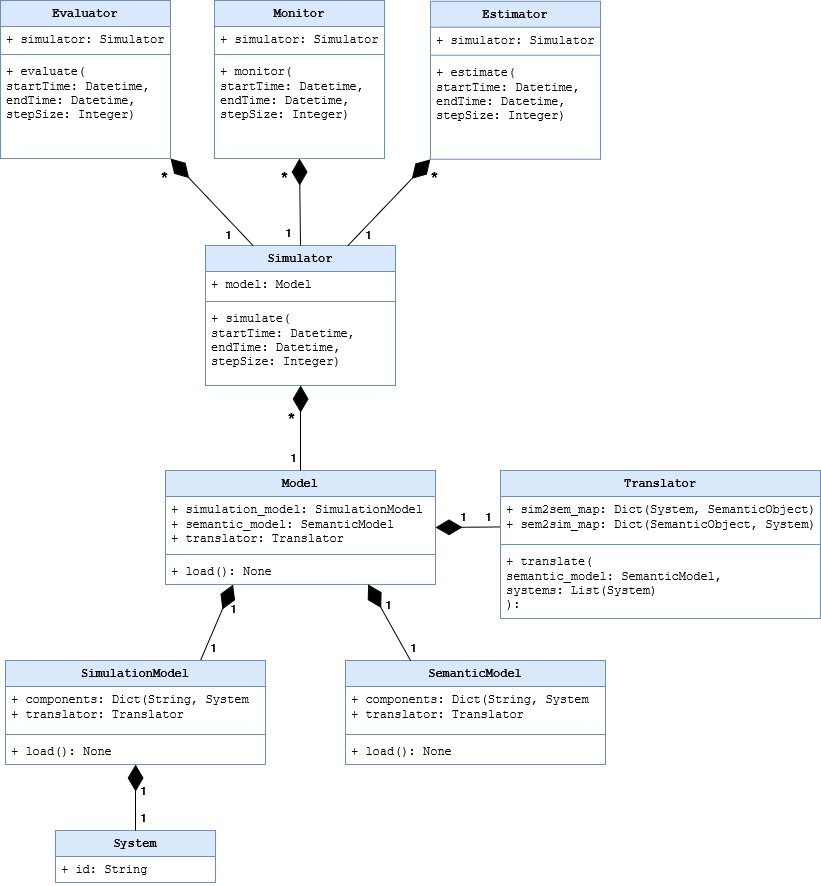
Before: Twin4Build_UML_diagram.drawio.png, a diagram exported from draw.io (JBjoernskov/Twin4Build). Source tidied: cells renumbered, new cells last; positions are measured from the earlier drawing's top-left corner, leaving out a move shared by most shapes.
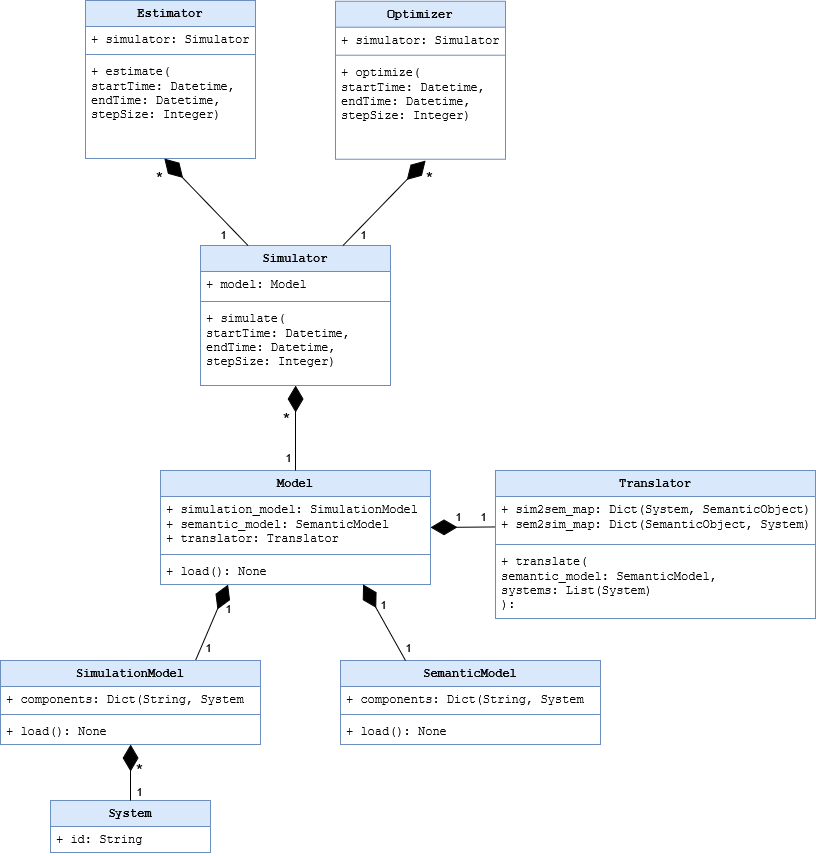
Above is the later version.

Commit message:
Update UML diagram

The edit, as a diff of the source:
```diff
@@ -17,20 +17,8 @@
     <mxCell id="6" style="endArrow=diamondThin;endFill=1;endSize=24;html=1;rounded=0;exitX=0.75;exitY=0;exitDx=0;exitDy=0;entryX=0.25;entryY=1;entryDx=0;entryDy=0;fontFamily=Courier New;" parent="1" edge="1" source="50" target="2">
       <mxGeometry relative="1" as="geometry" />
     </mxCell>
-    <mxCell id="7" value="Monitor" style="swimlane;fontStyle=1;align=center;verticalAlign=top;horizontal=1;startSize=26;whiteSpace=wrap;html=1;fillColor=#dae8fc;strokeColor=#6c8ebf;fontFamily=Courier New;" parent="1" vertex="1">
-      <mxGeometry x="214" width="170" height="158" as="geometry" />
-    </mxCell>
-    <mxCell id="8" value="&lt;div&gt;+ simulator: Simulator&lt;br&gt;&lt;/div&gt;" style="text;strokeColor=none;fillColor=none;align=left;verticalAlign=top;spacingLeft=4;spacingRight=4;overflow=hidden;whiteSpace=wrap;html=1;fontFamily=Courier New;" parent="7" vertex="1">
-      <mxGeometry y="26" width="170" height="24" as="geometry" />
-    </mxCell>
-    <mxCell id="9" style="line;strokeWidth=1;fillColor=none;align=left;verticalAlign=middle;spacingTop=-1;spacingLeft=3;spacingRight=3;labelPosition=right;strokeColor=inherit;fontFamily=Courier New;" parent="7" vertex="1">
-      <mxGeometry y="50" width="170" height="8" as="geometry" />
-    </mxCell>
-    <mxCell id="10" value="&lt;div&gt;+ monitor(&lt;/div&gt;&lt;div&gt;startTime: Datetime, endTime: Datetime,&lt;/div&gt;&lt;div&gt;stepSize:&amp;nbsp;Integer)&lt;br&gt;&lt;/div&gt;&lt;div&gt;&lt;br&gt; &lt;/div&gt;" style="text;strokeColor=none;fillColor=none;align=left;verticalAlign=top;spacingLeft=4;spacingRight=4;overflow=hidden;whiteSpace=wrap;html=1;fontFamily=Courier New;" parent="7" vertex="1">
-      <mxGeometry y="58" width="170" height="100" as="geometry" />
-    </mxCell>
-    <mxCell id="11" value="&lt;div&gt;Estimator&lt;/div&gt;" style="swimlane;fontStyle=1;align=center;verticalAlign=top;horizontal=1;startSize=26;whiteSpace=wrap;html=1;fillColor=#dae8fc;strokeColor=#6c8ebf;fontFamily=Courier New;" parent="1" vertex="1">
-      <mxGeometry x="430" y="0.7" width="170" height="158" as="geometry" />
+    <mxCell id="11" value="Optimizer" style="swimlane;fontStyle=1;align=center;verticalAlign=top;horizontal=1;startSize=26;whiteSpace=wrap;html=1;fillColor=#dae8fc;strokeColor=#6c8ebf;fontFamily=Courier New;" parent="1" vertex="1">
+      <mxGeometry x="340" y="0.7" width="170" height="158" as="geometry" />
     </mxCell>
     <mxCell id="12" value="&lt;div&gt;+ simulator: Simulator&lt;br&gt;&lt;/div&gt;" style="text;strokeColor=none;fillColor=none;align=left;verticalAlign=top;spacingLeft=4;spacingRight=4;overflow=hidden;whiteSpace=wrap;html=1;fontFamily=Courier New;" parent="11" vertex="1">
       <mxGeometry y="26" width="170" height="24" as="geometry" />
@@ -38,11 +26,11 @@
     <mxCell id="13" style="line;strokeWidth=1;fillColor=none;align=left;verticalAlign=middle;spacingTop=-1;spacingLeft=3;spacingRight=3;labelPosition=right;strokeColor=inherit;fontFamily=Courier New;" parent="11" vertex="1">
       <mxGeometry y="50" width="170" height="8" as="geometry" />
     </mxCell>
-    <mxCell id="14" value="&lt;div&gt;+ estimate(&lt;/div&gt;&lt;div&gt;startTime: Datetime, endTime: Datetime,&lt;/div&gt;&lt;div&gt;stepSize:&amp;nbsp;Integer)&lt;br&gt;&lt;/div&gt;&lt;div&gt;&lt;br&gt; &lt;/div&gt;" style="text;strokeColor=none;fillColor=none;align=left;verticalAlign=top;spacingLeft=4;spacingRight=4;overflow=hidden;whiteSpace=wrap;html=1;fontFamily=Courier New;" parent="11" vertex="1">
+    <mxCell id="14" value="&lt;div&gt;+ optimize(&lt;/div&gt;&lt;div&gt;startTime: Datetime, endTime: Datetime,&lt;/div&gt;&lt;div&gt;stepSize:&amp;nbsp;Integer)&lt;br&gt;&lt;/div&gt;&lt;div&gt;&lt;br&gt; &lt;/div&gt;" style="text;strokeColor=none;fillColor=none;align=left;verticalAlign=top;spacingLeft=4;spacingRight=4;overflow=hidden;whiteSpace=wrap;html=1;fontFamily=Courier New;" parent="11" vertex="1">
       <mxGeometry y="58" width="170" height="100" as="geometry" />
     </mxCell>
-    <mxCell id="15" value="Evaluator" style="swimlane;fontStyle=1;align=center;verticalAlign=top;horizontal=1;startSize=26;whiteSpace=wrap;html=1;fillColor=#dae8fc;strokeColor=#6c8ebf;fontFamily=Courier New;" parent="1" vertex="1">
-      <mxGeometry width="170" height="158" as="geometry" />
+    <mxCell id="15" value="Estimator" style="swimlane;fontStyle=1;align=center;verticalAlign=top;horizontal=1;startSize=26;whiteSpace=wrap;html=1;fillColor=#dae8fc;strokeColor=#6c8ebf;fontFamily=Courier New;" parent="1" vertex="1">
+      <mxGeometry x="90" width="170" height="158" as="geometry" />
     </mxCell>
     <mxCell id="16" value="&lt;div&gt;+ simulator: Simulator&lt;br&gt;&lt;/div&gt;" style="text;strokeColor=none;fillColor=none;align=left;verticalAlign=top;spacingLeft=4;spacingRight=4;overflow=hidden;whiteSpace=wrap;html=1;fontFamily=Courier New;" parent="15" vertex="1">
       <mxGeometry y="26" width="170" height="24" as="geometry" />
@@ -50,7 +38,7 @@
     <mxCell id="17" style="line;strokeWidth=1;fillColor=none;align=left;verticalAlign=middle;spacingTop=-1;spacingLeft=3;spacingRight=3;labelPosition=right;strokeColor=inherit;fontFamily=Courier New;" parent="15" vertex="1">
       <mxGeometry y="50" width="170" height="8" as="geometry" />
     </mxCell>
-    <mxCell id="18" value="&lt;div&gt;+ evaluate(&lt;/div&gt;&lt;div&gt;startTime: Datetime, endTime: Datetime,&lt;/div&gt;&lt;div&gt;stepSize:&amp;nbsp;Integer)&lt;br&gt;&lt;/div&gt;&lt;div&gt;&lt;br&gt; &lt;/div&gt;" style="text;strokeColor=none;fillColor=none;align=left;verticalAlign=top;spacingLeft=4;spacingRight=4;overflow=hidden;points=[[0,0.5],[1,0.5]];portConstraint=eastwest;whiteSpace=wrap;html=1;fontFamily=Courier New;" parent="15" vertex="1">
+    <mxCell id="18" value="&lt;div&gt;+ estimate(&lt;/div&gt;&lt;div&gt;startTime: Datetime, endTime: Datetime,&lt;/div&gt;&lt;div&gt;stepSize:&amp;nbsp;Integer)&lt;br&gt;&lt;/div&gt;&lt;div&gt;&lt;br&gt; &lt;/div&gt;" style="text;strokeColor=none;fillColor=none;align=left;verticalAlign=top;spacingLeft=4;spacingRight=4;overflow=hidden;points=[[0,0.5],[1,0.5]];portConstraint=eastwest;whiteSpace=wrap;html=1;fontFamily=Courier New;" parent="15" vertex="1">
       <mxGeometry y="58" width="170" height="100" as="geometry" />
     </mxCell>
     <mxCell id="19" value="Simulator" style="swimlane;fontStyle=1;align=center;verticalAlign=top;horizontal=1;startSize=26;whiteSpace=wrap;html=1;fillColor=#dae8fc;strokeColor=#6c8ebf;fontFamily=Courier New;" parent="1" vertex="1">
@@ -68,13 +56,12 @@
     <mxCell id="23" style="endArrow=diamondThin;endFill=1;endSize=24;html=1;rounded=0;exitX=0.5;exitY=0;exitDx=0;exitDy=0;fontFamily=Courier New;entryX=0.5;entryY=1;entryDx=0;entryDy=0;" parent="1" edge="1" source="2" target="19">
       <mxGeometry relative="1" as="geometry" />
     </mxCell>
-    <mxCell id="24" style="endArrow=diamondThin;endFill=1;endSize=24;html=1;rounded=0;entryX=0.5;entryY=1;entryDx=0;entryDy=0;exitX=0.5;exitY=0;exitDx=0;exitDy=0;fontFamily=Courier New;" parent="1" edge="1" source="19" target="7">
-      <mxGeometry relative="1" as="geometry" />
-    </mxCell>
-    <mxCell id="25" style="endArrow=diamondThin;endFill=1;endSize=24;html=1;rounded=0;entryX=0;entryY=1;entryDx=0;entryDy=0;exitX=0.75;exitY=0;exitDx=0;exitDy=0;fontFamily=Courier New;" parent="1" edge="1" source="19" target="11">
-      <mxGeometry relative="1" as="geometry" />
+    <mxCell id="25" style="endArrow=diamondThin;endFill=1;endSize=24;html=1;rounded=0;exitX=0.75;exitY=0;exitDx=0;exitDy=0;fontFamily=Courier New;" parent="1" edge="1" source="19">
+      <mxGeometry relative="1" as="geometry">
+        <mxPoint x="430" y="160" as="targetPoint" />
+      </mxGeometry>
     </mxCell>
-    <mxCell id="26" style="endArrow=diamondThin;endFill=1;endSize=24;html=1;rounded=0;entryX=1;entryY=1;entryDx=0;entryDy=0;exitX=0.25;exitY=0;exitDx=0;exitDy=0;fontFamily=Courier New;" parent="1" edge="1" source="19" target="15">
+    <mxCell id="26" style="endArrow=diamondThin;endFill=1;endSize=24;html=1;rounded=0;entryX=0.463;entryY=1.001;entryDx=0;entryDy=0;exitX=0.25;exitY=0;exitDx=0;exitDy=0;fontFamily=Courier New;entryPerimeter=0;" parent="1" edge="1" source="19" target="18">
       <mxGeometry relative="1" as="geometry" />
     </mxCell>
     <mxCell id="27" value="&lt;font style=&quot;font-size: 18px;&quot;&gt;*&lt;/font&gt;" style="edgeLabel;html=1;align=center;verticalAlign=middle;labelBackgroundColor=none;" parent="1" vertex="1">
@@ -112,16 +99,6 @@
         <mxPoint x="-152" y="-13" as="offset" />
       </mxGeometry>
     </mxCell>
-    <mxCell id="36" value="&lt;font style=&quot;font-size: 18px;&quot;&gt;*&lt;/font&gt;" style="edgeLabel;html=1;align=center;verticalAlign=middle;labelBackgroundColor=none;" parent="1" vertex="1">
-      <mxGeometry x="420" y="88" as="geometry">
-        <mxPoint x="-136" y="90" as="offset" />
-      </mxGeometry>
-    </mxCell>
-    <mxCell id="37" value="1" style="edgeLabel;html=1;align=center;verticalAlign=middle;labelBackgroundColor=none;" parent="1" vertex="1">
-      <mxGeometry x="440" y="245" as="geometry">
-        <mxPoint x="-152" y="-13" as="offset" />
-      </mxGeometry>
-    </mxCell>
     <mxCell id="38" value="&lt;font style=&quot;font-size: 18px;&quot;&gt;*&lt;/font&gt;" style="edgeLabel;html=1;align=center;verticalAlign=middle;labelBackgroundColor=none;" parent="1" vertex="1">
       <mxGeometry x="300" y="88" as="geometry">
         <mxPoint x="-136" y="90" as="offset" />
@@ -153,34 +130,34 @@
       </mxGeometry>
     </mxCell>
     <mxCell id="44" value="System" style="swimlane;fontStyle=1;align=center;verticalAlign=top;horizontal=1;startSize=26;whiteSpace=wrap;html=1;fillColor=#dae8fc;strokeColor=#6c8ebf;fontFamily=Courier New;" parent="1" vertex="1">
-      <mxGeometry x="55" y="830" width="160" height="52" as="geometry" />
+      <mxGeometry x="55" y="800" width="160" height="52" as="geometry" />
     </mxCell>
     <mxCell id="45" value="+ id: String" style="text;strokeColor=none;fillColor=none;align=left;verticalAlign=top;spacingLeft=4;spacingRight=4;overflow=hidden;whiteSpace=wrap;html=1;fontFamily=Courier New;" parent="44" vertex="1">
       <mxGeometry y="26" width="160" height="26" as="geometry" />
     </mxCell>
     <mxCell id="46" value="SemanticModel" style="swimlane;fontStyle=1;align=center;verticalAlign=top;horizontal=1;startSize=26;whiteSpace=wrap;html=1;fillColor=#dae8fc;strokeColor=#6c8ebf;fontFamily=Courier New;" parent="1" vertex="1">
-      <mxGeometry x="345" y="660" width="260" height="104" as="geometry" />
+      <mxGeometry x="345" y="660" width="260" height="84" as="geometry" />
     </mxCell>
-    <mxCell id="47" value="&lt;div&gt;&lt;font&gt;+ components: Dict(&lt;/font&gt;String&lt;font&gt;, System&lt;/font&gt;&lt;/div&gt;&lt;div&gt;&lt;font&gt;+ translator: Translator&lt;/font&gt;&lt;/div&gt;" style="text;strokeColor=none;fillColor=none;align=left;verticalAlign=top;spacingLeft=4;spacingRight=4;overflow=hidden;whiteSpace=wrap;html=1;fontFamily=Courier New;" parent="46" vertex="1">
-      <mxGeometry y="26" width="260" height="44" as="geometry" />
+    <mxCell id="47" value="&lt;div&gt;&lt;font&gt;+ components: Dict(&lt;/font&gt;String&lt;font&gt;, System&lt;/font&gt;&lt;/div&gt;" style="text;strokeColor=none;fillColor=none;align=left;verticalAlign=top;spacingLeft=4;spacingRight=4;overflow=hidden;whiteSpace=wrap;html=1;fontFamily=Courier New;" parent="46" vertex="1">
+      <mxGeometry y="26" width="260" height="24" as="geometry" />
     </mxCell>
     <mxCell id="48" style="line;strokeWidth=1;fillColor=none;align=left;verticalAlign=middle;spacingTop=-1;spacingLeft=3;spacingRight=3;labelPosition=right;strokeColor=inherit;fontFamily=Courier New;" parent="46" vertex="1">
-      <mxGeometry y="70" width="260" height="8" as="geometry" />
+      <mxGeometry y="50" width="260" height="8" as="geometry" />
     </mxCell>
     <mxCell id="49" value="+ load(): None " style="text;strokeColor=none;fillColor=none;align=left;verticalAlign=top;spacingLeft=4;spacingRight=4;overflow=hidden;whiteSpace=wrap;html=1;fontFamily=Courier New;" parent="46" vertex="1">
-      <mxGeometry y="78" width="260" height="26" as="geometry" />
+      <mxGeometry y="58" width="260" height="26" as="geometry" />
     </mxCell>
     <mxCell id="50" value="SimulationModel" style="swimlane;fontStyle=1;align=center;verticalAlign=top;horizontal=1;startSize=26;whiteSpace=wrap;html=1;fillColor=#dae8fc;strokeColor=#6c8ebf;fontFamily=Courier New;" parent="1" vertex="1">
-      <mxGeometry x="5" y="660" width="260" height="104" as="geometry" />
+      <mxGeometry x="5" y="660" width="260" height="84" as="geometry" />
     </mxCell>
-    <mxCell id="51" value="&lt;div&gt;&lt;font&gt;+ components: Dict(&lt;/font&gt;String&lt;font&gt;, System&lt;/font&gt;&lt;/div&gt;&lt;div&gt;&lt;font&gt;+ translator: Translator&lt;/font&gt;&lt;/div&gt;" style="text;strokeColor=none;fillColor=none;align=left;verticalAlign=top;spacingLeft=4;spacingRight=4;overflow=hidden;whiteSpace=wrap;html=1;fontFamily=Courier New;" parent="50" vertex="1">
-      <mxGeometry y="26" width="260" height="44" as="geometry" />
+    <mxCell id="51" value="&lt;div&gt;&lt;font&gt;+ components: Dict(&lt;/font&gt;String&lt;font&gt;, System&lt;/font&gt;&lt;/div&gt;&lt;div&gt;&lt;br&gt;&lt;/div&gt;" style="text;strokeColor=none;fillColor=none;align=left;verticalAlign=top;spacingLeft=4;spacingRight=4;overflow=hidden;whiteSpace=wrap;html=1;fontFamily=Courier New;" parent="50" vertex="1">
+      <mxGeometry y="26" width="260" height="24" as="geometry" />
     </mxCell>
     <mxCell id="52" style="line;strokeWidth=1;fillColor=none;align=left;verticalAlign=middle;spacingTop=-1;spacingLeft=3;spacingRight=3;labelPosition=right;strokeColor=inherit;fontFamily=Courier New;" parent="50" vertex="1">
-      <mxGeometry y="70" width="260" height="8" as="geometry" />
+      <mxGeometry y="50" width="260" height="8" as="geometry" />
     </mxCell>
     <mxCell id="53" value="+ load(): None " style="text;strokeColor=none;fillColor=none;align=left;verticalAlign=top;spacingLeft=4;spacingRight=4;overflow=hidden;whiteSpace=wrap;html=1;fontFamily=Courier New;" parent="50" vertex="1">
-      <mxGeometry y="78" width="260" height="26" as="geometry" />
+      <mxGeometry y="58" width="260" height="26" as="geometry" />
     </mxCell>
     <mxCell id="54" style="endArrow=diamondThin;endFill=1;endSize=24;html=1;rounded=0;exitX=0.5;exitY=0;exitDx=0;exitDy=0;entryX=0.5;entryY=1;entryDx=0;entryDy=0;fontFamily=Courier New;" parent="1" edge="1" source="44" target="50">
       <mxGeometry relative="1" as="geometry" />
@@ -199,14 +176,14 @@
       </mxGeometry>
     </mxCell>
     <mxCell id="58" value="1" style="edgeLabel;html=1;align=center;verticalAlign=middle;labelBackgroundColor=none;" parent="1" vertex="1">
-      <mxGeometry x="295" y="830" as="geometry">
+      <mxGeometry x="296" y="804" as="geometry">
         <mxPoint x="-152" y="-13" as="offset" />
       </mxGeometry>
     </mxCell>
-    <mxCell id="59" value="1" style="edgeLabel;html=1;align=center;verticalAlign=middle;labelBackgroundColor=none;" parent="1" vertex="1">
-      <mxGeometry x="295" y="803" as="geometry">
-        <mxPoint x="-152" y="-13" as="offset" />
-      </mxGeometry>
-    </mxCell>
+    <mxCell id="36" value="&lt;font style=&quot;font-size: 18px;&quot;&gt;*&lt;/font&gt;" style="edgeLabel;html=1;align=center;verticalAlign=middle;labelBackgroundColor=none;" parent="1" vertex="1">
+      <mxGeometry x="280" y="680" as="geometry">
+        <mxPoint x="-136" y="90" as="offset" />
+      </mxGeometry>
+    </mxCell>
   </root>
 </mxGraphModel>
```
